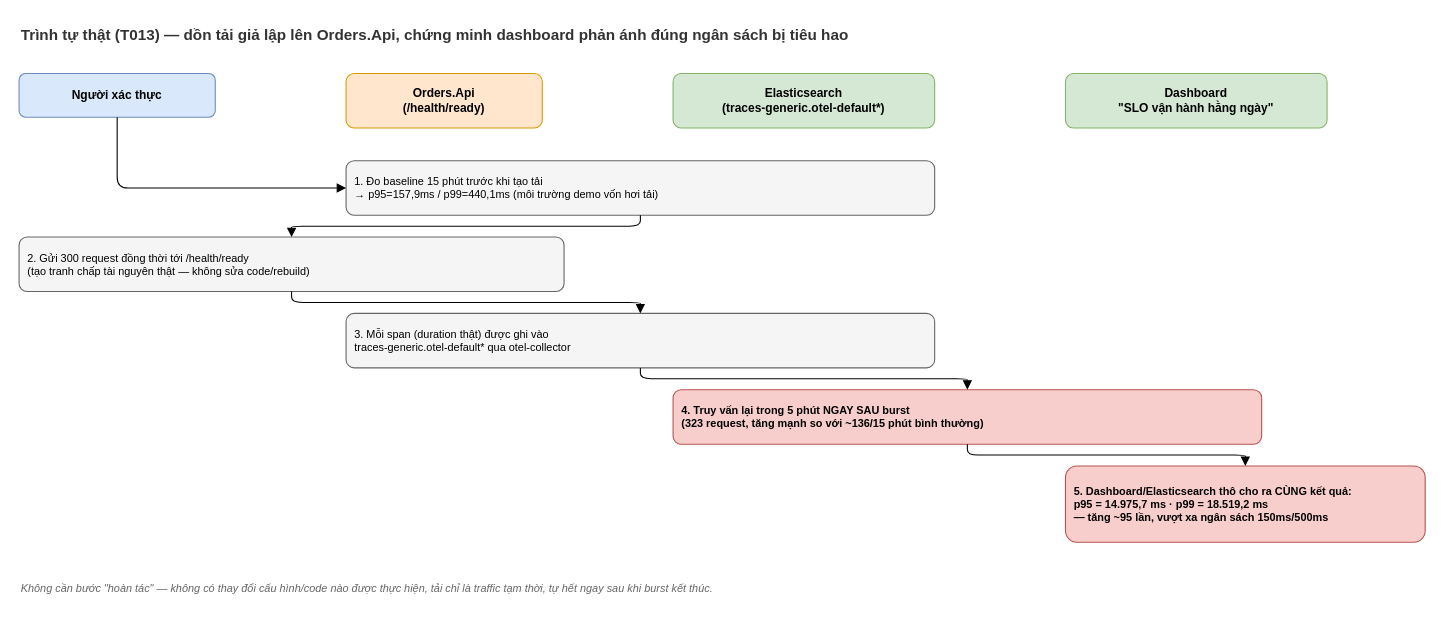
Before: docs/diagrams/021-declare-service-slos-sequence.drawio in nmhieuit/ecommerce, a draw.io diagram. Source tidied: cells renumbered, new cells numbered last; positions are measured from the earlier drawing's top-left corner, leaving out a move shared by most shapes. Both pictures are drawn from the tidied source at 109%, with x=0, y=0 at pixel (19, 19).
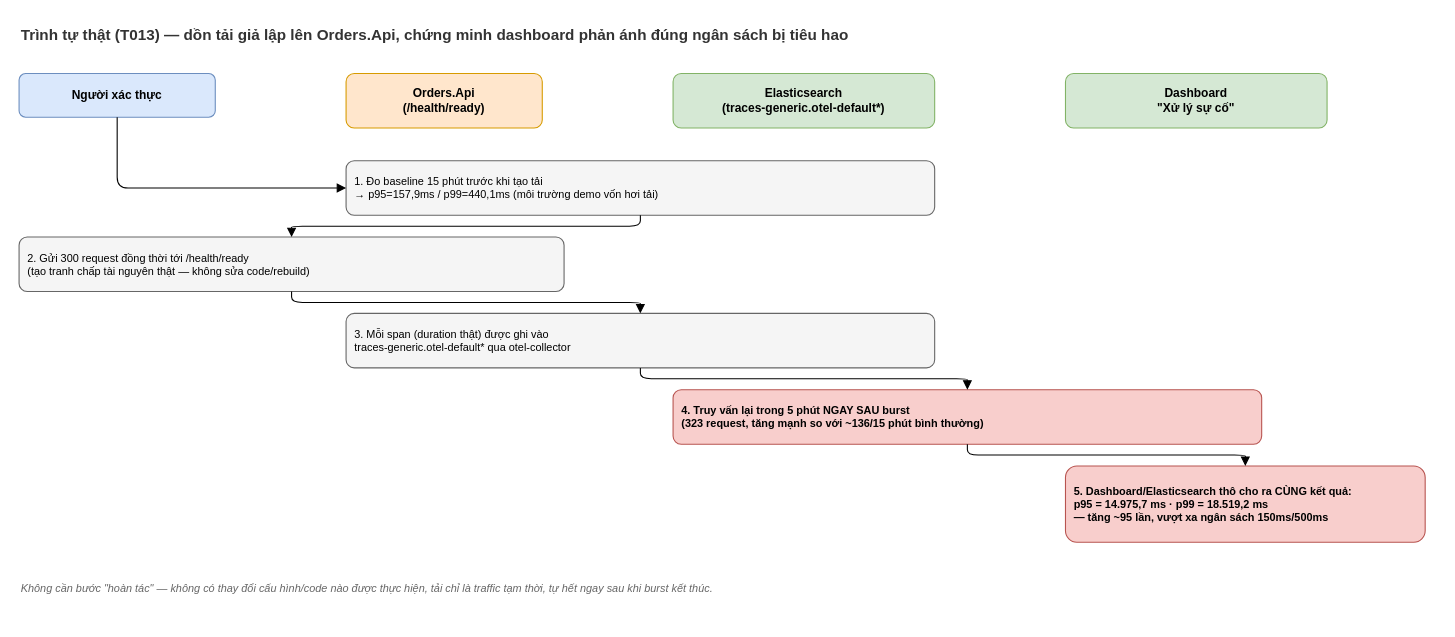
After the change.

Diff of the diagram source:
```diff
@@
 <mxGraphModel>
   <root>
     <mxCell id="0" />
     <mxCell id="1" parent="0" />
     <mxCell id="2" value="Trình tự thật (T013) — dồn tải giả lập lên Orders.Api, chứng minh dashboard phản ánh đúng ngân sách bị tiêu hao" style="text;html=1;fontStyle=1;fontSize=14;fontColor=#333333;" parent="1" vertex="1">
       <mxGeometry width="1300" height="26" as="geometry" />
     </mxCell>
     <mxCell id="3" value="Người xác thực" style="rounded=1;whiteSpace=wrap;html=1;fillColor=#dae8fc;strokeColor=#6c8ebf;fontSize=11;fontStyle=1;" parent="1" vertex="1">
       <mxGeometry y="50" width="180" height="40" as="geometry" />
     </mxCell>
     <mxCell id="4" value="Orders.Api&#10;(/health/ready)" style="rounded=1;whiteSpace=wrap;html=1;fillColor=#ffe6cc;strokeColor=#d79b00;fontSize=11;fontStyle=1;" parent="1" vertex="1">
       <mxGeometry x="300" y="50" width="180" height="50" as="geometry" />
     </mxCell>
     <mxCell id="5" value="Elasticsearch&#10;(traces-generic.otel-default*)" style="rounded=1;whiteSpace=wrap;html=1;fillColor=#d5e8d4;strokeColor=#82b366;fontSize=11;fontStyle=1;" parent="1" vertex="1">
       <mxGeometry x="600" y="50" width="240" height="50" as="geometry" />
     </mxCell>
-    <mxCell id="6" value="Dashboard&#10;&quot;SLO vận hành hằng ngày&quot;" style="rounded=1;whiteSpace=wrap;html=1;fillColor=#d5e8d4;strokeColor=#82b366;fontSize=11;fontStyle=1;" parent="1" vertex="1">
+    <mxCell id="6" value="Dashboard&#10;&quot;Xử lý sự cố&quot;" style="rounded=1;whiteSpace=wrap;html=1;fillColor=#d5e8d4;strokeColor=#82b366;fontSize=11;fontStyle=1;" parent="1" vertex="1">
       <mxGeometry x="960" y="50" width="240" height="50" as="geometry" />
     </mxCell>
     <mxCell id="7" value="1. Đo baseline 15 phút trước khi tạo tải&#10;→ p95=157,9ms / p99=440,1ms (môi trường demo vốn hơi tải)" style="rounded=1;whiteSpace=wrap;html=1;fillColor=#f5f5f5;strokeColor=#666666;fontSize=10;align=left;spacingLeft=6;" parent="1" vertex="1">
       <mxGeometry x="300" y="130" width="540" height="50" as="geometry" />
     </mxCell>
     <mxCell id="8" value="2. Gửi 300 request đồng thời tới /health/ready&#10;(tạo tranh chấp tài nguyên thật — không sửa code/rebuild)" style="rounded=1;whiteSpace=wrap;html=1;fillColor=#f5f5f5;strokeColor=#666666;fontSize=10;align=left;spacingLeft=6;" parent="1" vertex="1">
       <mxGeometry y="200" width="500" height="50" as="geometry" />
     </mxCell>
     <mxCell id="9" value="3. Mỗi span (duration thật) được ghi vào&#10;traces-generic.otel-default* qua otel-collector" style="rounded=1;whiteSpace=wrap;html=1;fillColor=#f5f5f5;strokeColor=#666666;fontSize=10;align=left;spacingLeft=6;" parent="1" vertex="1">
       <mxGeometry x="300" y="270" width="540" height="50" as="geometry" />
     </mxCell>
     <mxCell id="10" value="4. Truy vấn lại trong 5 phút NGAY SAU burst&#10;(323 request, tăng mạnh so với ~136/15 phút bình thường)" style="rounded=1;whiteSpace=wrap;html=1;fillColor=#f8cecc;strokeColor=#b85450;fontSize=10;fontStyle=1;align=left;spacingLeft=6;" parent="1" vertex="1">
       <mxGeometry x="600" y="340" width="540" height="50" as="geometry" />
     </mxCell>
     <mxCell id="11" value="5. Dashboard/Elasticsearch thô cho ra CÙNG kết quả:&#10;p95 = 14.975,7 ms · p99 = 18.519,2 ms&#10;— tăng ~95 lần, vượt xa ngân sách 150ms/500ms" style="rounded=1;whiteSpace=wrap;html=1;fillColor=#f8cecc;strokeColor=#b85450;fontSize=10;fontStyle=1;align=left;spacingLeft=6;" parent="1" vertex="1">
       <mxGeometry x="960" y="410" width="330" height="70" as="geometry" />
     </mxCell>
     <mxCell id="12" value="Không cần bước &quot;hoàn tác&quot; — không có thay đổi cấu hình/code nào được thực hiện, tải chỉ là traffic tạm thời, tự hết ngay sau khi burst kết thúc." style="text;html=1;fontSize=10;fontColor=#666666;whiteSpace=wrap;align=left;fontStyle=2;" parent="1" vertex="1">
       <mxGeometry y="510" width="900" height="40" as="geometry" />
     </mxCell>
     <mxCell id="13" style="edgeStyle=orthogonalEdgeStyle;html=1;endArrow=block;fontSize=9;" parent="1" edge="1" source="3" target="7">
       <mxGeometry relative="1" as="geometry">
         <Array as="points">
           <mxPoint x="90" y="155" />
         </Array>
       </mxGeometry>
     </mxCell>
     <mxCell id="14" style="edgeStyle=orthogonalEdgeStyle;html=1;endArrow=block;fontSize=9;" parent="1" edge="1" source="7" target="8">
       <mxGeometry relative="1" as="geometry" />
     </mxCell>
     <mxCell id="15" style="edgeStyle=orthogonalEdgeStyle;html=1;endArrow=block;fontSize=9;" parent="1" edge="1" source="8" target="9">
       <mxGeometry relative="1" as="geometry" />
     </mxCell>
     <mxCell id="16" style="edgeStyle=orthogonalEdgeStyle;html=1;endArrow=block;fontSize=9;" parent="1" edge="1" source="9" target="10">
       <mxGeometry relative="1" as="geometry" />
     </mxCell>
     <mxCell id="17" style="edgeStyle=orthogonalEdgeStyle;html=1;endArrow=block;fontSize=9;" parent="1" edge="1" source="10" target="11">
       <mxGeometry relative="1" as="geometry" />
     </mxCell>
   </root>
 </mxGraphModel>
```
